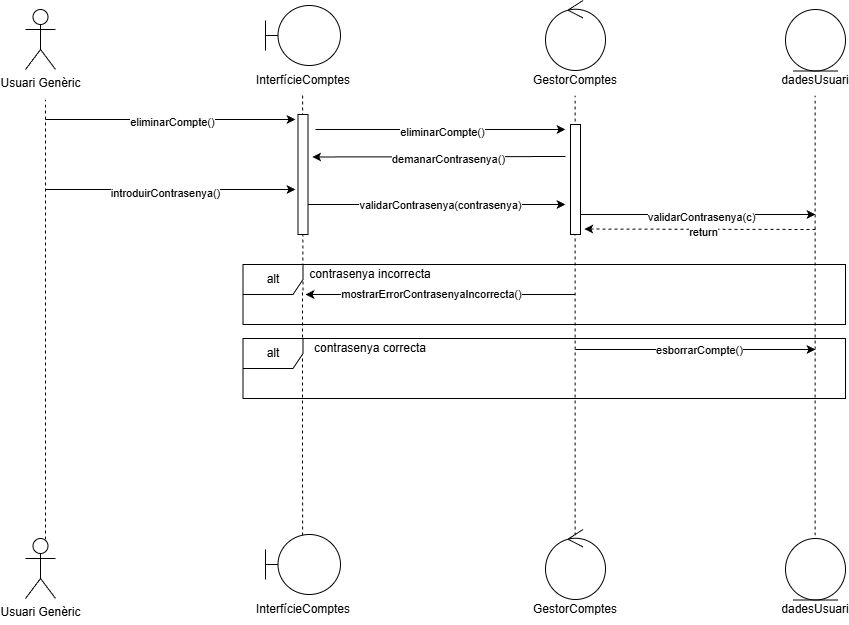
This is Diagrames/Diagrames seqüència/Diagrames Marcel Pinós Vogel/esborrar_compte.png from MarcelPainos/ES26UAB-431-12, a draw.io export, as it was before one commit. Source tidied: cells renumbered, new cells last; positions are measured from the earlier drawing's top-left corner, leaving out a move shared by most shapes.
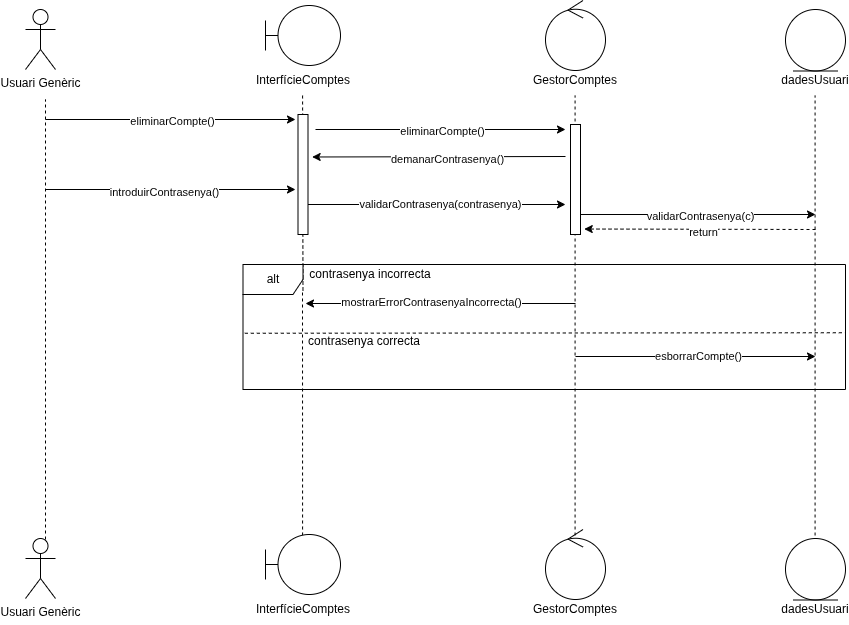
After the change.

What changed in the source:
```diff
@@ -128,8 +128,8 @@
     </mxCell>
     <mxCell id="32" style="endArrow=classic;html=1;rounded=0;" parent="1" edge="1">
       <mxGeometry relative="1" as="geometry">
-        <mxPoint x="550" y="294" as="sourcePoint" />
-        <mxPoint x="280" y="294" as="targetPoint" />
+        <mxPoint x="550" y="303" as="sourcePoint" />
+        <mxPoint x="280" y="303" as="targetPoint" />
       </mxGeometry>
     </mxCell>
     <mxCell id="33" value="mostrarErrorContrasenyaIncorrecta()" style="edgeLabel;html=1;align=center;verticalAlign=middle;" parent="32" vertex="1">
@@ -139,18 +139,15 @@
       <mxGeometry x="270" y="259" width="150" height="30" as="geometry" />
     </mxCell>
     <mxCell id="35" value="alt" style="shape=umlFrame;whiteSpace=wrap;html=1;" parent="1" vertex="1">
-      <mxGeometry x="217.5" y="264" width="602.5" height="60" as="geometry" />
+      <mxGeometry x="217.5" y="264" width="602.5" height="125" as="geometry" />
     </mxCell>
-    <mxCell id="36" value="alt" style="shape=umlFrame;whiteSpace=wrap;html=1;" parent="1" vertex="1">
-      <mxGeometry x="217.5" y="338" width="602.5" height="60" as="geometry" />
-    </mxCell>
     <mxCell id="37" value="contrasenya correcta" style="text;html=1;whiteSpace=wrap;strokeColor=none;fillColor=none;align=center;verticalAlign=middle;rounded=0;" parent="1" vertex="1">
-      <mxGeometry x="270" y="333" width="150" height="30" as="geometry" />
+      <mxGeometry x="264" y="326" width="150" height="30" as="geometry" />
     </mxCell>
     <mxCell id="38" style="endArrow=classic;html=1;rounded=0;exitX=0.25;exitY=1;exitDx=0;exitDy=0;" parent="1" edge="1">
       <mxGeometry relative="1" as="geometry">
-        <mxPoint x="550" y="349" as="sourcePoint" />
-        <mxPoint x="790" y="349" as="targetPoint" />
+        <mxPoint x="550" y="356" as="sourcePoint" />
+        <mxPoint x="790" y="356" as="targetPoint" />
       </mxGeometry>
     </mxCell>
     <mxCell id="39" value="esborrarCompte()" style="edgeLabel;html=1;align=center;verticalAlign=middle;" parent="38" vertex="1">
@@ -183,5 +180,8 @@
     <mxCell id="48" style="ellipse;shape=umlEntity;whiteSpace=wrap;html=1;" parent="1" vertex="1">
       <mxGeometry x="760" y="538" width="60" height="61.5" as="geometry" />
     </mxCell>
+    <mxCell id="49" style="endArrow=none;dashed=1;html=1;rounded=0;exitX=0.003;exitY=0.55;exitDx=0;exitDy=0;exitPerimeter=0;entryX=0.999;entryY=0.546;entryDx=0;entryDy=0;entryPerimeter=0;" parent="1" edge="1" source="35" target="35">
+      <mxGeometry relative="1" as="geometry" />
+    </mxCell>
   </root>
 </mxGraphModel>
```
